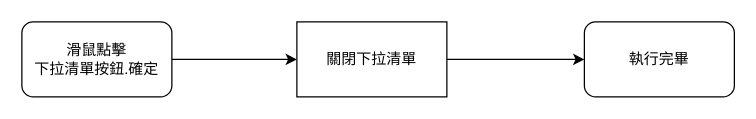
Earlier version of the draw.io diagram page "左鍵點擊下拉清單按鈕.取消" (14 of 14) of 8.10.0/RTE/SYSTEM/FORM/ctrl_dropListMultiCombo/diagram/不可輸入下拉複選元件.drawio (ArcareRD/sadocs). Source tidied: cells renumbered, new cells numbered last; positions are measured from the earlier drawing's top-left corner, leaving out a move shared by most shapes. Both pictures are drawn from the tidied source at 125%, with x=0, y=0 at pixel (21, 21).
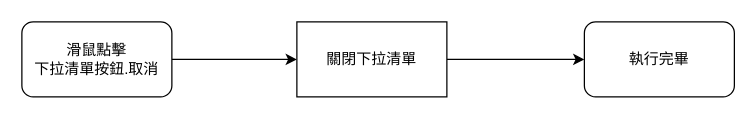
The same diagram, later.

Commit message (it also covers changes not shown here):
#8627 不可輸入下拉複選元件鍵盤事件規格異動

Change to the diagram source:
```diff
@@
 <mxGraphModel>
   <root>
     <mxCell id="0" />
     <mxCell id="1" parent="0" />
     <mxCell id="2" style="edgeStyle=orthogonalEdgeStyle;rounded=0;jettySize=auto;html=1;" parent="1" edge="1" source="3" target="6">
       <mxGeometry relative="1" as="geometry" />
     </mxCell>
-    <mxCell id="3" value="滑鼠點擊&lt;br&gt;下拉清單按鈕.確定" style="rounded=1;whiteSpace=wrap;html=1;" parent="1" vertex="1">
+    <mxCell id="3" value="滑鼠點擊&lt;br&gt;下拉清單按鈕.取消" style="rounded=1;whiteSpace=wrap;html=1;" parent="1" vertex="1">
       <mxGeometry width="120" height="60" as="geometry" />
     </mxCell>
     <mxCell id="4" value="執行完畢" style="rounded=1;whiteSpace=wrap;html=1;" parent="1" vertex="1">
       <mxGeometry x="450" width="120" height="60" as="geometry" />
     </mxCell>
     <mxCell id="5" style="edgeStyle=orthogonalEdgeStyle;rounded=0;jettySize=auto;html=1;" parent="1" edge="1" source="6" target="4">
       <mxGeometry relative="1" as="geometry" />
     </mxCell>
     <mxCell id="6" value="關閉下拉清單" style="rounded=0;whiteSpace=wrap;html=1;" parent="1" vertex="1">
       <mxGeometry x="220" width="120" height="60" as="geometry" />
     </mxCell>
   </root>
 </mxGraphModel>
```
